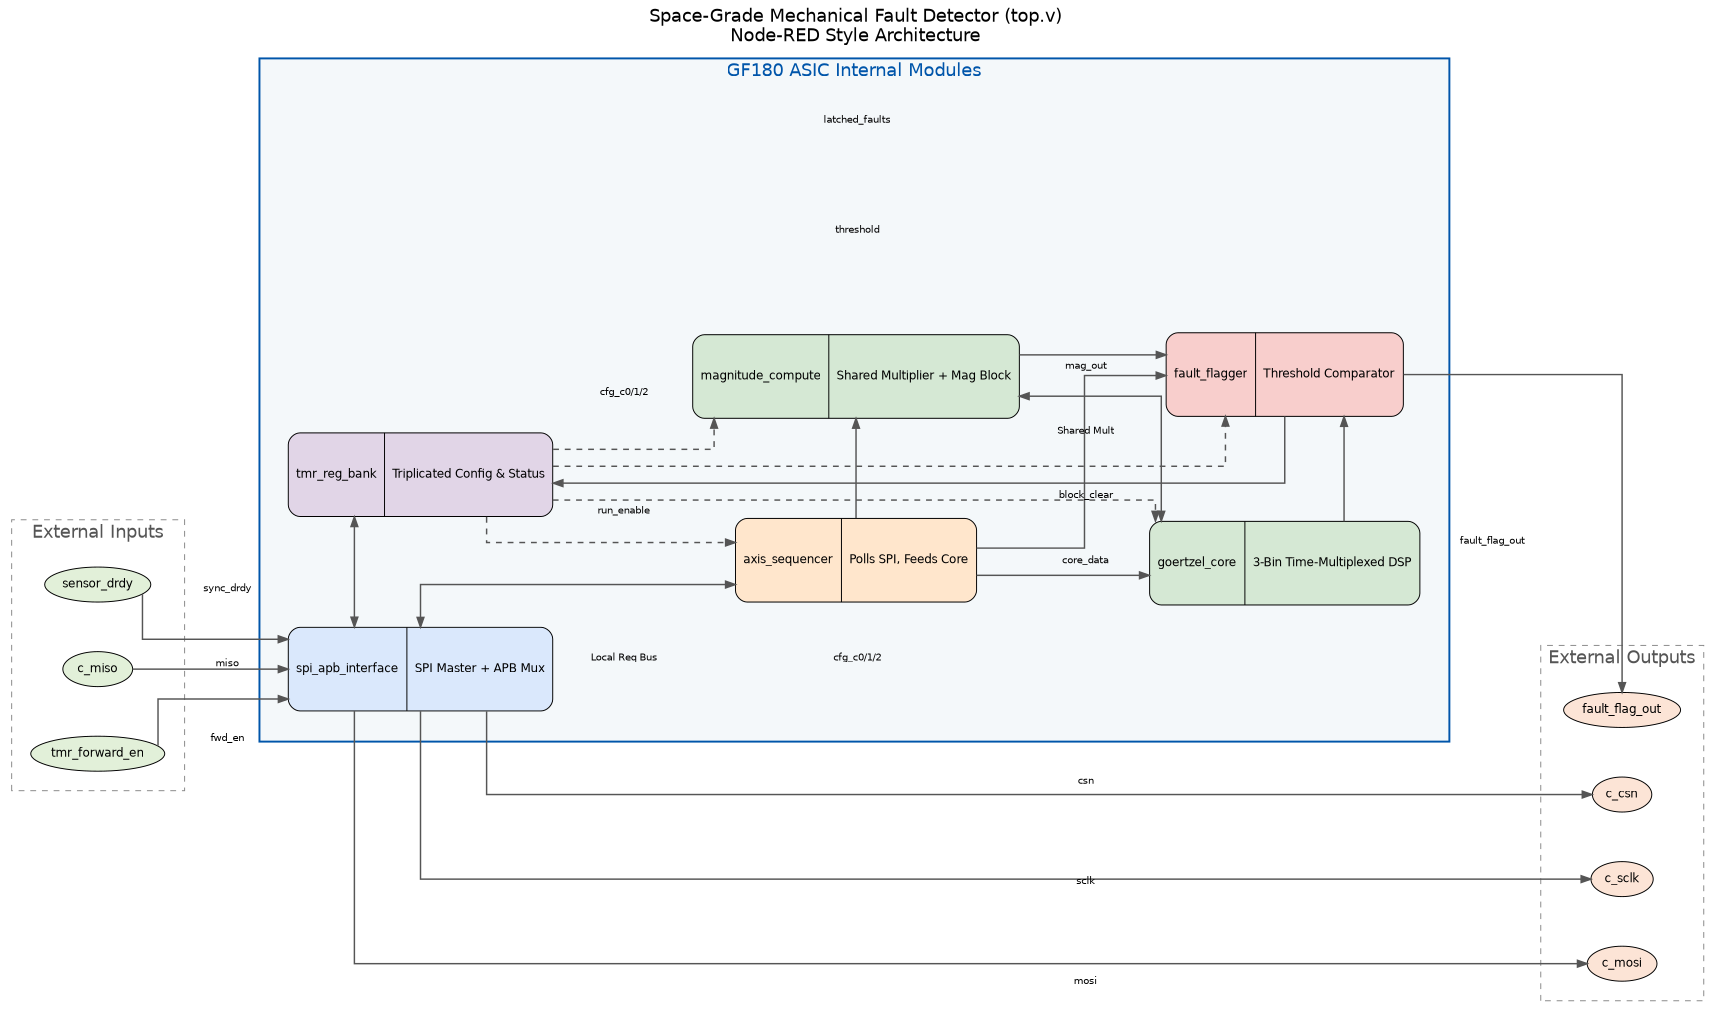
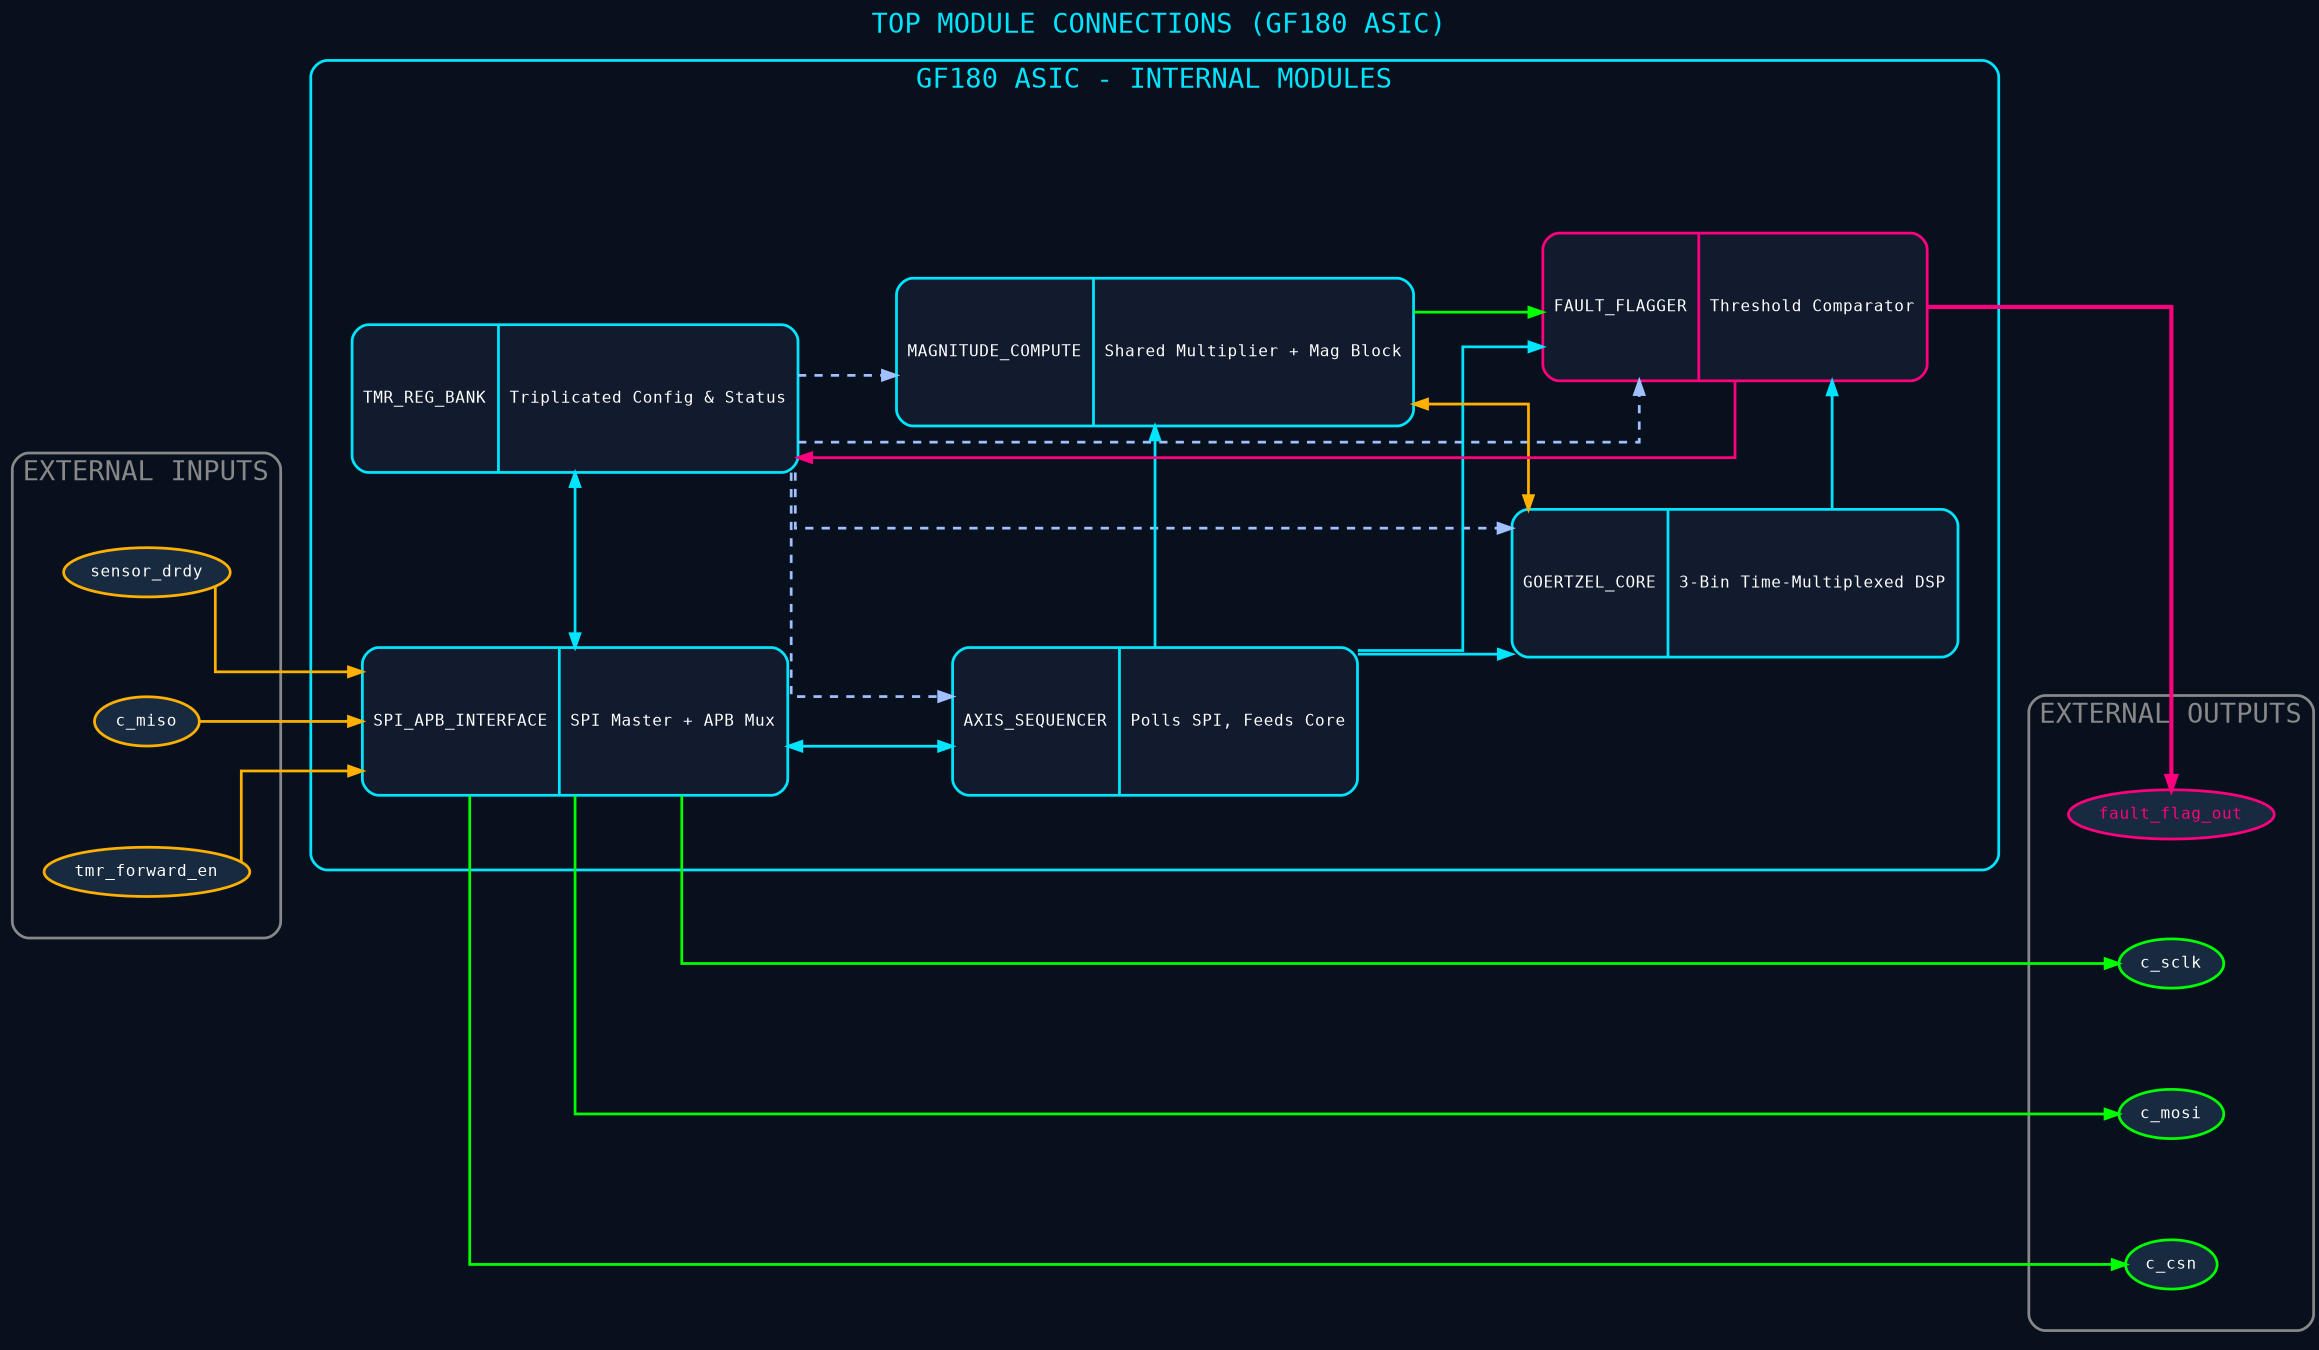
digraph G {
-     fontname="Helvetica";
-     fontsize=18;
-     label="Space-Grade Mechanical Fault Detector (top.v)\nNode-RED Style Architecture";
+     fontname="Courier";
+     fontsize=20;
+     fontcolor="#00E5FF";
+     label="TOP MODULE CONNECTIONS (GF180 ASIC)";
    labelloc="t";

-     // Overall settings for a nice rectangular/16:9 aspect ratio
+     // Overall settings for aspect ratio and dark background
    ratio="fill";
-     size="12,6.75!"; // 16:9 aspect ratio (approx 1920x1080 scaled)
+     size="16,9!";
    splines=ortho;
    nodesep=0.7;
    ranksep=1.0;
    rankdir=LR;
+     bgcolor="#08101E"; // Dark blue background like system_architecture.png

-     node [shape=record, style="filled,rounded", fontname="Helvetica", fontsize=12];
-     edge [fontname="Helvetica", fontsize=10, color="#555555", penwidth=1.5];
+     node [shape=record, style="rounded,filled", fillcolor="#111B2D", color="#00E5FF", fontcolor="#FFFFFF", fontname="Courier", penwidth=2, fontsize=12];
+     edge [fontname="Courier", fontsize=10, color="#00E5FF", fontcolor="#A0C0FF", penwidth=2];

    subgraph cluster_inputs {
-         label="External Inputs";
-         style=dashed; color="#888888"; fontcolor="#555555";
+         label="EXTERNAL INPUTS";
+         color="#888888"; fontcolor="#888888"; penwidth=2; style="rounded";
        margin=20;

-         sensor_drdy [shape=ellipse, fillcolor="#e2f0d9", label="sensor_drdy"];
-         c_miso [shape=ellipse, fillcolor="#e2f0d9", label="c_miso"];
-         tmr_forward_en [shape=ellipse, fillcolor="#e2f0d9", label="tmr_forward_en"];
+         sensor_drdy [shape=ellipse, fillcolor="#182A40", color="#FFB000", label="sensor_drdy"];
+         c_miso [shape=ellipse, fillcolor="#182A40", color="#FFB000", label="c_miso"];
+         tmr_forward_en [shape=ellipse, fillcolor="#182A40", color="#FFB000", label="tmr_forward_en"];
    }

    subgraph cluster_top {
-         label="GF180 ASIC Internal Modules";
-         style="filled,solid"; fillcolor="#f4f8fa"; color="#0055aa"; penwidth=2; fontcolor="#0055aa";
+         label="GF180 ASIC - INTERNAL MODULES";
+         color="#00E5FF"; fontcolor="#00E5FF"; penwidth=2; style="rounded";
        margin=30;

-         // Define Modules
-         spi_apb_inst [label="{ spi_apb_interface | SPI Master + APB Mux }", fillcolor="#dae8fc", height=1.2, width=2.5];
-         tmr_inst [label="{ tmr_reg_bank | Triplicated Config & Status }", fillcolor="#e1d5e7", height=1.2, width=2.5];
+         // Modules
+         spi_apb_inst [label="{ SPI_APB_INTERFACE | SPI Master + APB Mux }", height=1.5, width=3];
+         tmr_inst [label="{ TMR_REG_BANK | Triplicated Config & Status }", height=1.5, width=3];

-         axseq_inst [label="{ axis_sequencer | Polls SPI, Feeds Core }", fillcolor="#ffe6cc", height=1.2, width=2.5];
-         goertzel_inst [label="{ goertzel_core | 3-Bin Time-Multiplexed DSP }", fillcolor="#d5e8d4", height=1.2, width=2.5];
+         axseq_inst [label="{ AXIS_SEQUENCER | Polls SPI, Feeds Core }", height=1.5, width=3];
+         goertzel_inst [label="{ GOERTZEL_CORE | 3-Bin Time-Multiplexed DSP }", height=1.5, width=3];

-         mag_inst [label="{ magnitude_compute | Shared Multiplier + Mag Block }", fillcolor="#d5e8d4", height=1.2, width=2.5];
-         ff_inst [label="{ fault_flagger | Threshold Comparator }", fillcolor="#f8cecc", height=1.2, width=2.5];
+         mag_inst [label="{ MAGNITUDE_COMPUTE | Shared Multiplier + Mag Block }", height=1.5, width=3];
+         ff_inst [label="{ FAULT_FLAGGER | Threshold Comparator }", height=1.5, width=3, color="#FF007F"];

-         // Force them into 3 vertical columns (since rankdir=LR, rank=same means same X column)
+         // Force layout structure
        { rank=same; spi_apb_inst; tmr_inst }
        { rank=same; axseq_inst; mag_inst }
        { rank=same; goertzel_inst; ff_inst }
    }

    subgraph cluster_outputs {
-         label="External Outputs";
-         style=dashed; color="#888888"; fontcolor="#555555";
+         label="EXTERNAL OUTPUTS";
+         color="#888888"; fontcolor="#888888"; penwidth=2; style="rounded";
        margin=20;

-         c_csn [shape=ellipse, fillcolor="#fce4d6", label="c_csn"];
-         c_sclk [shape=ellipse, fillcolor="#fce4d6", label="c_sclk"];
-         c_mosi [shape=ellipse, fillcolor="#fce4d6", label="c_mosi"];
-         fault_flag_out [shape=ellipse, fillcolor="#fce4d6", label="fault_flag_out"];
+         c_csn [shape=ellipse, fillcolor="#182A40", color="#00FF00", label="c_csn"];
+         c_sclk [shape=ellipse, fillcolor="#182A40", color="#00FF00", label="c_sclk"];
+         c_mosi [shape=ellipse, fillcolor="#182A40", color="#00FF00", label="c_mosi"];
+         fault_flag_out [shape=ellipse, fillcolor="#182A40", color="#FF007F", fontcolor="#FF007F", label="fault_flag_out"];
    }

-     // Connections - Inputs
-     sensor_drdy -> spi_apb_inst [label=" sync_drdy"];
-     c_miso -> spi_apb_inst [label=" miso"];
-     tmr_forward_en -> spi_apb_inst [label=" fwd_en"];
+     // Connections - Inputs (Yellow-ish edges)
+     sensor_drdy -> spi_apb_inst [color="#FFB000"];
+     c_miso -> spi_apb_inst [color="#FFB000"];
+     tmr_forward_en -> spi_apb_inst [color="#FFB000"];

-     // Connections - Outputs
-     spi_apb_inst -> c_csn [label=" csn"];
-     spi_apb_inst -> c_sclk [label=" sclk"];
-     spi_apb_inst -> c_mosi [label=" mosi"];
+     // Connections - Outputs (Green/Pink edges)
+     spi_apb_inst -> c_csn [color="#00FF00"];
+     spi_apb_inst -> c_sclk [color="#00FF00"];
+     spi_apb_inst -> c_mosi [color="#00FF00"];

    // Inter-module connections
-     spi_apb_inst -> tmr_inst [dir=both, label=" APB Bus"];
-     spi_apb_inst -> axseq_inst [dir=both, label=" Local Req Bus"];
+     spi_apb_inst -> tmr_inst [dir=both, color="#00E5FF"];
+     spi_apb_inst -> axseq_inst [dir=both, color="#00E5FF"];

-     tmr_inst -> goertzel_inst [style=dashed, label=" cfg_c0/1/2"];
-     tmr_inst -> mag_inst [style=dashed, label=" cfg_c0/1/2"];
-     tmr_inst -> axseq_inst [style=dashed, label=" run_enable"];
-     tmr_inst -> ff_inst [style=dashed, label=" threshold"];
+     tmr_inst -> goertzel_inst [style=dashed, color="#A0C0FF"];
+     tmr_inst -> mag_inst [style=dashed, color="#A0C0FF"];
+     tmr_inst -> axseq_inst [style=dashed, color="#A0C0FF"];
+     tmr_inst -> ff_inst [style=dashed, color="#A0C0FF"];

-     axseq_inst -> goertzel_inst [label=" core_data"];
-     axseq_inst -> mag_inst [label=" current_axis"];
-     axseq_inst -> ff_inst [label=" block_clear"];
+     axseq_inst -> goertzel_inst [color="#00E5FF"];
+     axseq_inst -> mag_inst [color="#00E5FF"];
+     axseq_inst -> ff_inst [color="#00E5FF"];

-     goertzel_inst -> mag_inst [dir=both, label=" Shared Mult"];
-     goertzel_inst -> ff_inst [label=" sample_done"];
+     goertzel_inst -> mag_inst [dir=both, color="#FFB000"];
+     goertzel_inst -> ff_inst [color="#00E5FF"];

-     mag_inst -> ff_inst [label=" mag_out"];
+     mag_inst -> ff_inst [color="#00FF00"];

-     ff_inst -> tmr_inst [label=" latched_faults"];
-     ff_inst -> fault_flag_out [label=" fault_flag_out"];
+     ff_inst -> tmr_inst [color="#FF007F"];
+     ff_inst -> fault_flag_out [color="#FF007F", penwidth=3];
}
